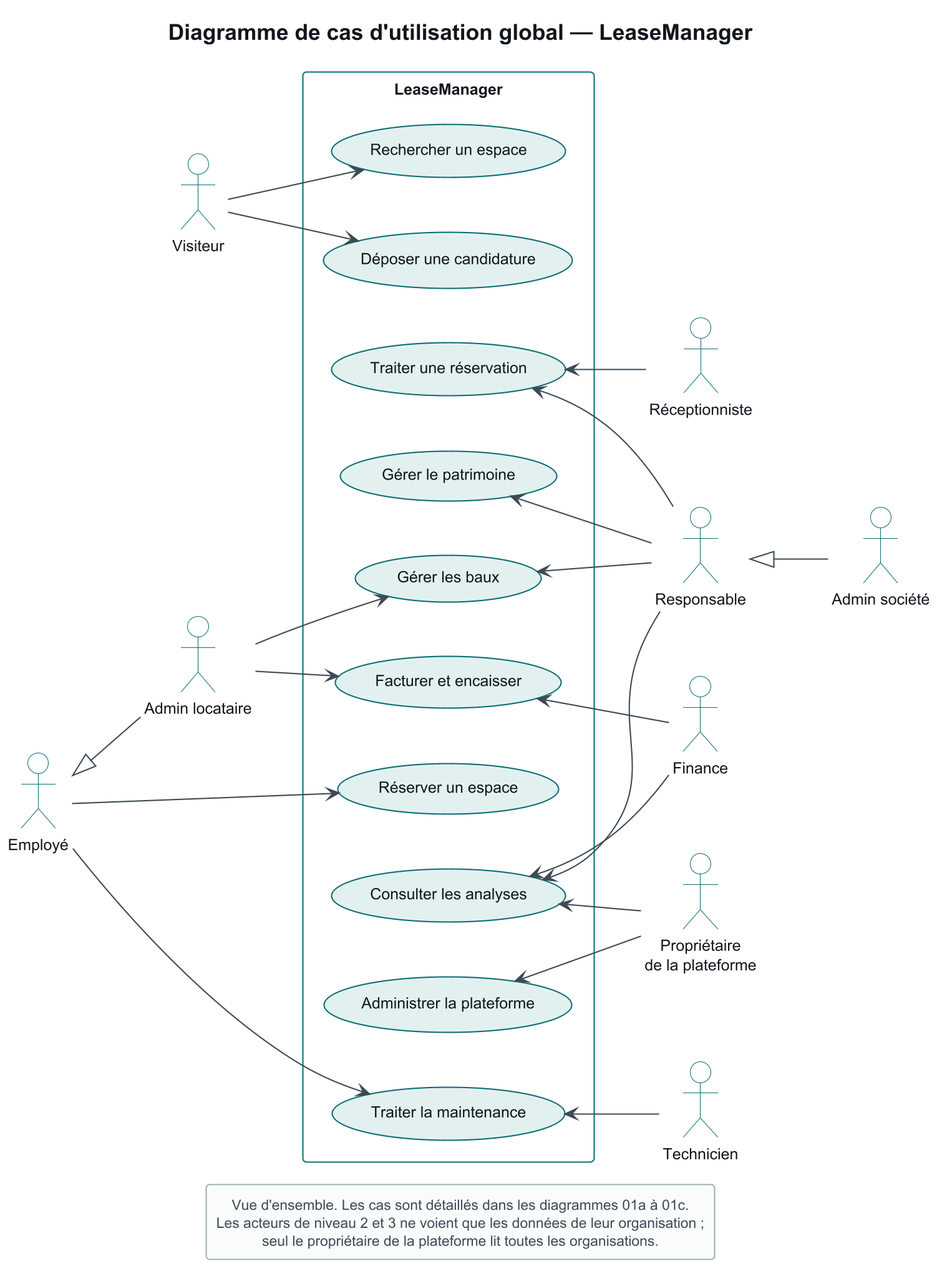
The PlantUML diagram docs/diagrams/01-use-case-global.png in marwannhamed/pfe, before a commit.
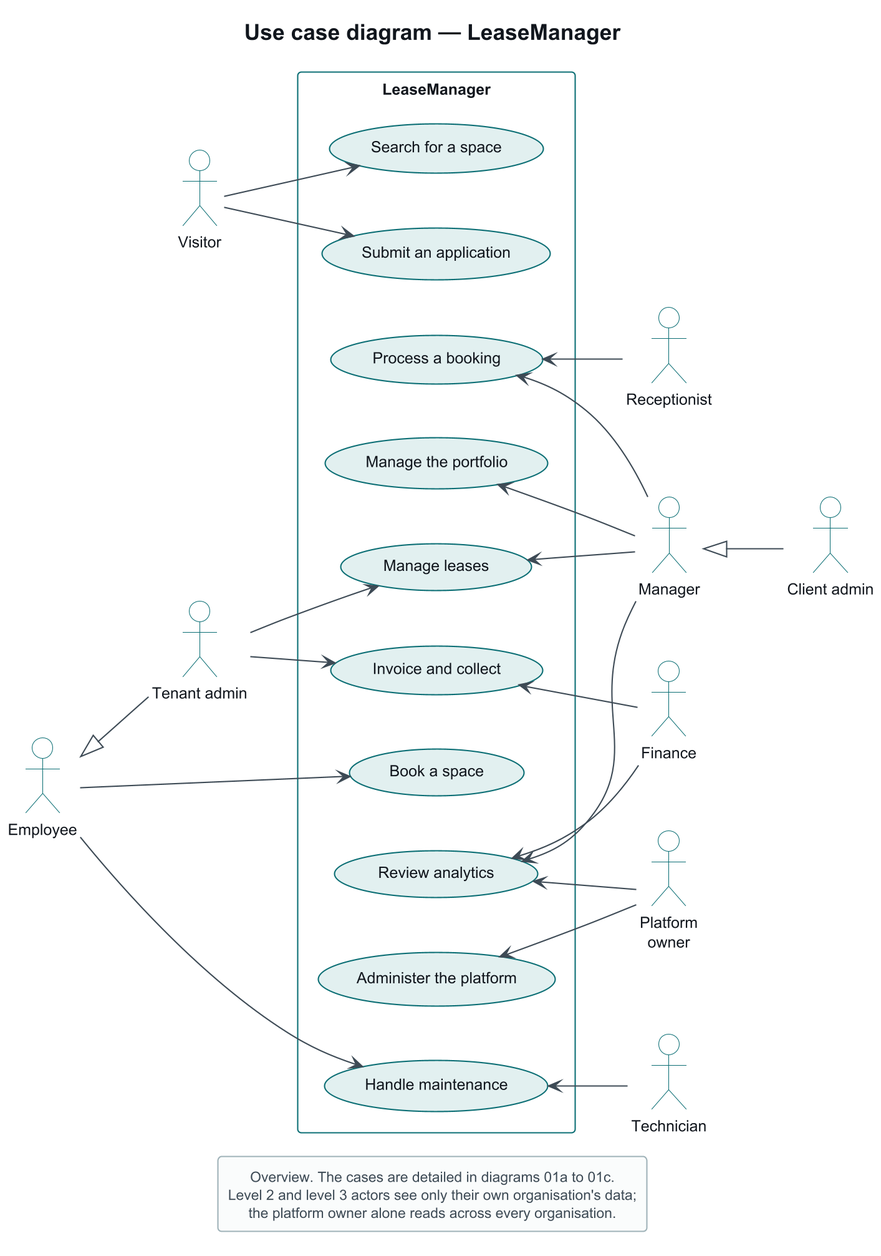
Later version of the same file.

The edit, as a diff of the source:
```diff
@@ -1,34 +1,34 @@
 @startuml 01-use-case-global
 !include _theme.puml
 
-title Diagramme de cas d'utilisation global — LeaseManager
+title Use case diagram — LeaseManager
 
 left to right direction
 
 
-actor "Visiteur" as GUEST
-actor "Employé" as EMP
-actor "Admin locataire" as TAD
+actor "Visitor" as GUEST
+actor "Employee" as EMP
+actor "Tenant admin" as TAD
 
 rectangle "LeaseManager" {
-  usecase "Rechercher un espace" as UC1
-  usecase "Déposer une candidature" as UC2
-  usecase "Réserver un espace" as UC3
-  usecase "Traiter une réservation" as UC4
-  usecase "Gérer le patrimoine" as UC5
-  usecase "Gérer les baux" as UC6
-  usecase "Facturer et encaisser" as UC7
-  usecase "Traiter la maintenance" as UC8
-  usecase "Consulter les analyses" as UC9
-  usecase "Administrer la plateforme" as UC10
+  usecase "Search for a space" as UC1
+  usecase "Submit an application" as UC2
+  usecase "Book a space" as UC3
+  usecase "Process a booking" as UC4
+  usecase "Manage the portfolio" as UC5
+  usecase "Manage leases" as UC6
+  usecase "Invoice and collect" as UC7
+  usecase "Handle maintenance" as UC8
+  usecase "Review analytics" as UC9
+  usecase "Administer the platform" as UC10
 }
 
-actor "Réceptionniste" as REC
-actor "Technicien" as TEC
-actor "Responsable" as MGR
+actor "Receptionist" as REC
+actor "Technician" as TEC
+actor "Manager" as MGR
 actor "Finance" as FIN
-actor "Admin société" as CAD
-actor "Propriétaire\nde la plateforme" as SAD
+actor "Client admin" as CAD
+actor "Platform\nowner" as SAD
 
 EMP <|-- TAD
 MGR <|-- CAD
@@ -52,9 +52,9 @@
 UC9  <-- SAD
 
 legend bottom
-  Vue d'ensemble. Les cas sont détaillés dans les diagrammes 01a à 01c.
-  Les acteurs de niveau 2 et 3 ne voient que les données de leur organisation ;
-  seul le propriétaire de la plateforme lit toutes les organisations.
+  Overview. The cases are detailed in diagrams 01a to 01c.
+  Level 2 and level 3 actors see only their own organisation's data;
+  the platform owner alone reads across every organisation.
 endlegend
 
 @enduml
```
